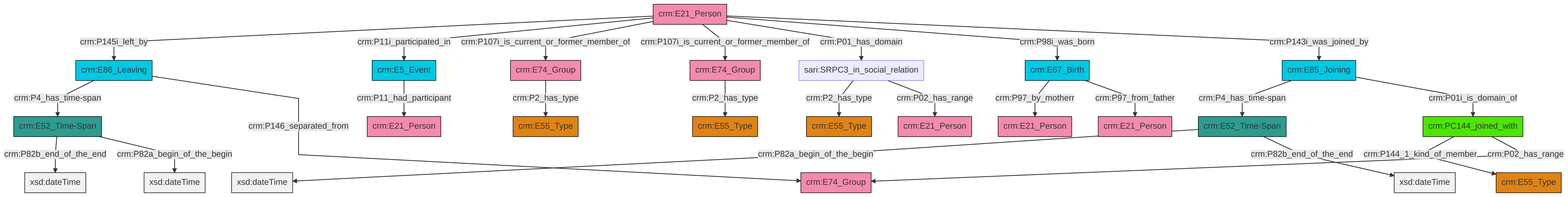
Earlier version of the Mermaid export et/personCSV/ttl/mmd/png/Person_Actor_Relations.png (swiss-art-research-net/docs.swissartresearch). Its source is kept beside it as et/personCSV/ttl/mmd/Person_Actor_Relations.ttl.mmd.
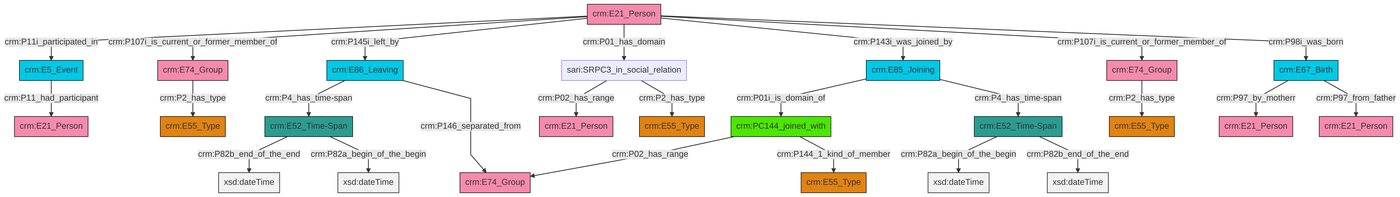
The same file after the commit.

The edit, as a diff of the source:
```diff
@@ -13,27 +13,27 @@
 classDef PC_Classes fill:#4ce600, stroke:#000000;
 classDef Multi fill:#cccccc,stroke:#000000;
 
-0["crm:E86_Leaving"]:::Temporal_Entity -->|crm:P4_has_time-span| 1["crm:E52_Time-Span"]:::Time-Span
-4["crm:E67_Birth"]:::Temporal_Entity -->|crm:P97_by_motherr| 5["crm:E21_Person"]:::Actor
-6["crm:E74_Group"]:::Actor -->|crm:P2_has_type| 2["crm:E55_Type"]:::Type
-7["sari:SRPC3_in_social_relation"]:::Default -->|crm:P2_has_type| 8["crm:E55_Type"]:::Type
-11["crm:E21_Person"]:::Actor -->|crm:P145i_left_by| 0["crm:E86_Leaving"]:::Temporal_Entity
-12["crm:E85_Joining"]:::Temporal_Entity -->|crm:P4_has_time-span| 13["crm:E52_Time-Span"]:::Time-Span
-19["crm:PC144_joined_with"]:::PC_Classes -->|crm:P144_1_kind_of_member| 15["crm:E55_Type"]:::Type
-17["crm:E74_Group"]:::Actor -->|crm:P2_has_type| 9["crm:E55_Type"]:::Type
-11["crm:E21_Person"]:::Actor -->|crm:P11i_participated_in| 24["crm:E5_Event"]:::Temporal_Entity
-7["sari:SRPC3_in_social_relation"]:::Default -->|crm:P02_has_range| 25["crm:E21_Person"]:::Actor
-24["crm:E5_Event"]:::Temporal_Entity -->|crm:P11_had_participant| 28["crm:E21_Person"]:::Actor
-0["crm:E86_Leaving"]:::Temporal_Entity -->|crm:P146_separated_from| 30["crm:E74_Group"]:::Actor
-4["crm:E67_Birth"]:::Temporal_Entity -->|crm:P97_from_father| 21["crm:E21_Person"]:::Actor
-12["crm:E85_Joining"]:::Temporal_Entity -->|crm:P01i_is_domain_of| 19["crm:PC144_joined_with"]:::PC_Classes
-1["crm:E52_Time-Span"]:::Time-Span -->|crm:P82b_end_of_the_end| 32[xsd:dateTime]:::Literal
-11["crm:E21_Person"]:::Actor -->|crm:P107i_is_current_or_former_member_of| 6["crm:E74_Group"]:::Actor
-13["crm:E52_Time-Span"]:::Time-Span -->|crm:P82a_begin_of_the_begin| 40[xsd:dateTime]:::Literal
-11["crm:E21_Person"]:::Actor -->|crm:P107i_is_current_or_former_member_of| 17["crm:E74_Group"]:::Actor
-11["crm:E21_Person"]:::Actor -->|crm:P01_has_domain| 7["sari:SRPC3_in_social_relation"]:::Default
-19["crm:PC144_joined_with"]:::PC_Classes -->|crm:P02_has_range| 30["crm:E74_Group"]:::Actor
-11["crm:E21_Person"]:::Actor -->|crm:P98i_was_born| 4["crm:E67_Birth"]:::Temporal_Entity
-13["crm:E52_Time-Span"]:::Time-Span -->|crm:P82b_end_of_the_end| 43[xsd:dateTime]:::Literal
-1["crm:E52_Time-Span"]:::Time-Span -->|crm:P82a_begin_of_the_begin| 44[xsd:dateTime]:::Literal
-11["crm:E21_Person"]:::Actor -->|crm:P143i_was_joined_by| 12["crm:E85_Joining"]:::Temporal_Entity
+0["crm:E21_Person"]:::Actor -->|crm:P11i_participated_in| 1["crm:E5_Event"]:::Temporal_Entity
+2["crm:E74_Group"]:::Actor -->|crm:P2_has_type| 3["crm:E55_Type"]:::Type
+4["crm:E85_Joining"]:::Temporal_Entity -->|crm:P01i_is_domain_of| 5["crm:PC144_joined_with"]:::PC_Classes
+5["crm:PC144_joined_with"]:::PC_Classes -->|crm:P02_has_range| 8["crm:E74_Group"]:::Actor
+5["crm:PC144_joined_with"]:::PC_Classes -->|crm:P144_1_kind_of_member| 9["crm:E55_Type"]:::Type
+10["crm:E52_Time-Span"]:::Time-Span -->|crm:P82a_begin_of_the_begin| 11[xsd:dateTime]:::Literal
+0["crm:E21_Person"]:::Actor -->|crm:P107i_is_current_or_former_member_of| 12["crm:E74_Group"]:::Actor
+0["crm:E21_Person"]:::Actor -->|crm:P145i_left_by| 15["crm:E86_Leaving"]:::Temporal_Entity
+0["crm:E21_Person"]:::Actor -->|crm:P01_has_domain| 6["sari:SRPC3_in_social_relation"]:::Default
+12["crm:E74_Group"]:::Actor -->|crm:P2_has_type| 26["crm:E55_Type"]:::Type
+10["crm:E52_Time-Span"]:::Time-Span -->|crm:P82b_end_of_the_end| 28[xsd:dateTime]:::Literal
+13["crm:E52_Time-Span"]:::Time-Span -->|crm:P82b_end_of_the_end| 29[xsd:dateTime]:::Literal
+15["crm:E86_Leaving"]:::Temporal_Entity -->|crm:P4_has_time-span| 13["crm:E52_Time-Span"]:::Time-Span
+0["crm:E21_Person"]:::Actor -->|crm:P143i_was_joined_by| 4["crm:E85_Joining"]:::Temporal_Entity
+6["sari:SRPC3_in_social_relation"]:::Default -->|crm:P02_has_range| 17["crm:E21_Person"]:::Actor
+0["crm:E21_Person"]:::Actor -->|crm:P107i_is_current_or_former_member_of| 2["crm:E74_Group"]:::Actor
+6["sari:SRPC3_in_social_relation"]:::Default -->|crm:P2_has_type| 34["crm:E55_Type"]:::Type
+4["crm:E85_Joining"]:::Temporal_Entity -->|crm:P4_has_time-span| 10["crm:E52_Time-Span"]:::Time-Span
+38["crm:E67_Birth"]:::Temporal_Entity -->|crm:P97_by_motherr| 23["crm:E21_Person"]:::Actor
+15["crm:E86_Leaving"]:::Temporal_Entity -->|crm:P146_separated_from| 8["crm:E74_Group"]:::Actor
+1["crm:E5_Event"]:::Temporal_Entity -->|crm:P11_had_participant| 20["crm:E21_Person"]:::Actor
+38["crm:E67_Birth"]:::Temporal_Entity -->|crm:P97_from_father| 31["crm:E21_Person"]:::Actor
+13["crm:E52_Time-Span"]:::Time-Span -->|crm:P82a_begin_of_the_begin| 42[xsd:dateTime]:::Literal
+0["crm:E21_Person"]:::Actor -->|crm:P98i_was_born| 38["crm:E67_Birth"]:::Temporal_Entity
```
